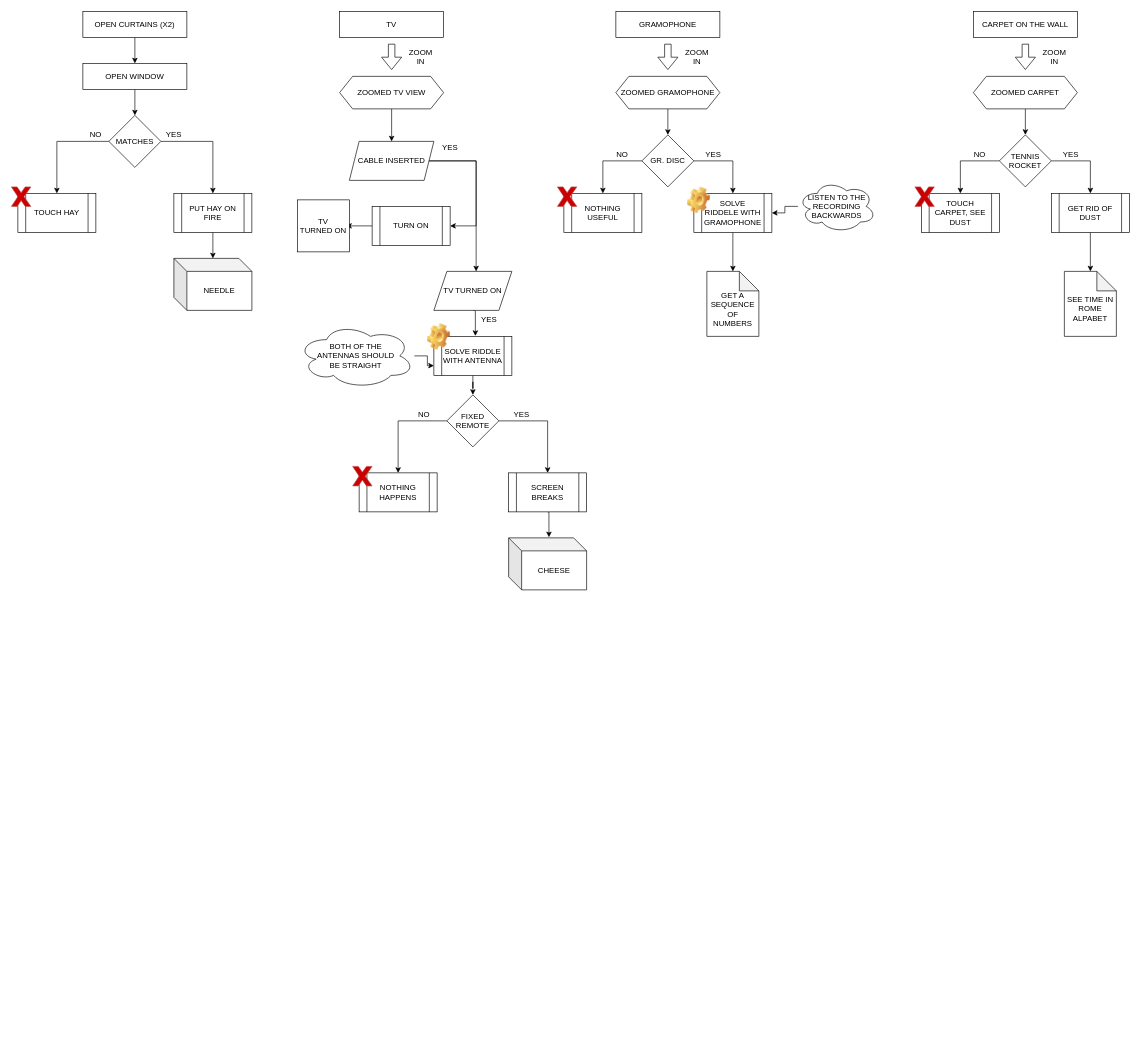
maksimillian/c-unix keeps this draw.io diagram as hello/GamesProductionDiagram.drawio. Above is the earlier version. Source tidied: cells renumbered, new cells numbered last; positions are measured from the earlier drawing's top-left corner, leaving out a move shared by most shapes. Both pictures are drawn from the tidied source at 65%, with x=0, y=0 at pixel (11, 11).
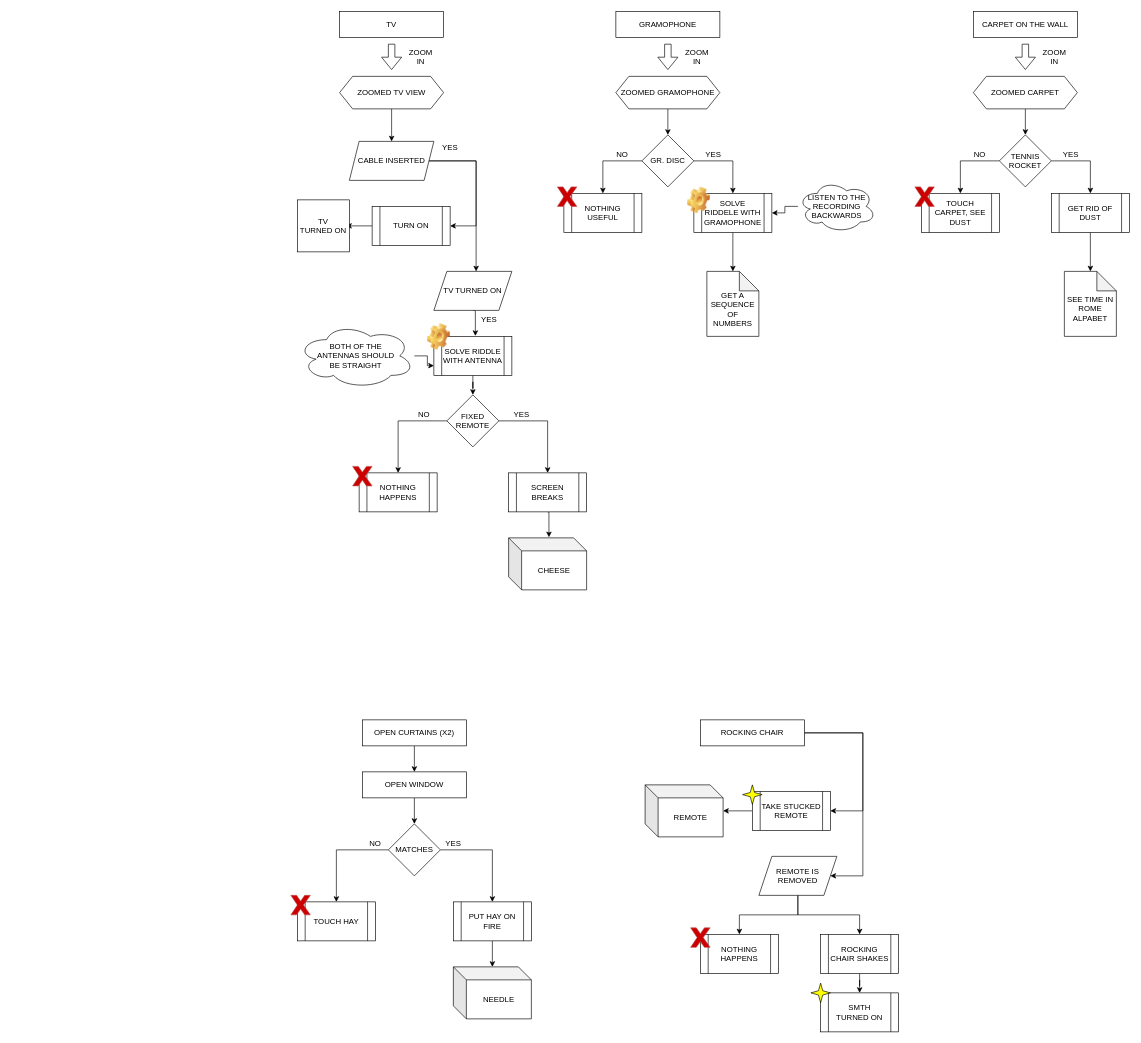
The same page after the edit.

What changed in the source:
```diff
@@
     <mxCell id="3" value="OPEN CURTAINS (X2)" style="rounded=0;whiteSpace=wrap;html=1;" parent="1" vertex="1">
-      <mxGeometry x="110" width="160" height="40" as="geometry" />
+      <mxGeometry x="540" y="1090" width="160" height="40" as="geometry" />
     </mxCell>
@@
     <mxCell id="5" value="OPEN WINDOW" style="rounded=0;whiteSpace=wrap;html=1;" parent="1" vertex="1">
-      <mxGeometry x="110" y="80" width="160" height="40" as="geometry" />
+      <mxGeometry x="540" y="1170" width="160" height="40" as="geometry" />
     </mxCell>
     <mxCell id="6" style="edgeStyle=orthogonalEdgeStyle;rounded=0;jettySize=auto;html=1;" parent="1" edge="1" source="8">
       <mxGeometry relative="1" as="geometry">
-        <mxPoint x="310" y="280" as="targetPoint" />
+        <mxPoint x="740" y="1370" as="targetPoint" />
         <Array as="points">
-          <mxPoint x="310" y="200" />
+          <mxPoint x="740" y="1290" />
         </Array>
       </mxGeometry>
     </mxCell>
     <mxCell id="7" style="edgeStyle=orthogonalEdgeStyle;rounded=0;jettySize=auto;html=1;exitX=0;exitY=0.5;exitDx=0;exitDy=0;entryX=0.5;entryY=0;entryDx=0;entryDy=0;" parent="1" edge="1" source="8" target="20">
       <mxGeometry relative="1" as="geometry">
         <Array as="points">
-          <mxPoint x="70" y="200" />
+          <mxPoint x="500" y="1290" />
         </Array>
       </mxGeometry>
     </mxCell>
     <mxCell id="8" value="MATCHES" style="rhombus;whiteSpace=wrap;html=1;" parent="1" vertex="1">
-      <mxGeometry x="150" y="160" width="80" height="80" as="geometry" />
+      <mxGeometry x="580" y="1250" width="80" height="80" as="geometry" />
     </mxCell>
     <mxCell id="9" style="edgeStyle=orthogonalEdgeStyle;rounded=0;jettySize=auto;html=1;" parent="1" edge="1" source="10">
       <mxGeometry relative="1" as="geometry">
-        <mxPoint x="310" y="380" as="targetPoint" />
+        <mxPoint x="740" y="1470" as="targetPoint" />
         <Array as="points">
-          <mxPoint x="310" y="370" />
-          <mxPoint x="310" y="370" />
+          <mxPoint x="740" y="1460" />
+          <mxPoint x="740" y="1460" />
         </Array>
       </mxGeometry>
     </mxCell>
     <mxCell id="10" value="PUT HAY ON FIRE" style="shape=process;whiteSpace=wrap;html=1;backgroundOutline=1;" parent="1" vertex="1">
-      <mxGeometry x="250" y="280" width="120" height="60" as="geometry" />
+      <mxGeometry x="680" y="1370" width="120" height="60" as="geometry" />
     </mxCell>
     <mxCell id="11" value="YES" style="text;html=1;strokeColor=none;fillColor=none;align=center;verticalAlign=middle;whiteSpace=wrap;rounded=0;" parent="1" vertex="1">
-      <mxGeometry x="230" y="180" width="40" height="20" as="geometry" />
+      <mxGeometry x="660" y="1270" width="40" height="20" as="geometry" />
     </mxCell>
     <mxCell id="12" value="NO" style="text;html=1;strokeColor=none;fillColor=none;align=center;verticalAlign=middle;whiteSpace=wrap;rounded=0;" parent="1" vertex="1">
-      <mxGeometry x="110" y="180" width="40" height="20" as="geometry" />
+      <mxGeometry x="540" y="1270" width="40" height="20" as="geometry" />
     </mxCell>
     <mxCell id="13" value="NEEDLE" style="shape=cube;whiteSpace=wrap;html=1;boundedLbl=1;backgroundOutline=1;darkOpacity=0.05;darkOpacity2=0.1;" parent="1" vertex="1">
-      <mxGeometry x="250" y="380" width="120" height="80" as="geometry" />
+      <mxGeometry x="680" y="1470" width="120" height="80" as="geometry" />
     </mxCell>
@@
     <mxCell id="20" value="&lt;span&gt;TOUCH HAY&lt;/span&gt;" style="shape=process;whiteSpace=wrap;html=1;backgroundOutline=1;" parent="1" vertex="1">
-      <mxGeometry x="10" y="280" width="120" height="60" as="geometry" />
+      <mxGeometry x="440" y="1370" width="120" height="60" as="geometry" />
     </mxCell>
@@
     <mxCell id="61" style="verticalLabelPosition=bottom;verticalAlign=top;html=1;shape=mxgraph.basic.x;labelBorderColor=none;labelBackgroundColor=none;strokeColor=#b85450;fillColor=#CC0000;" parent="1" vertex="1">
-      <mxGeometry y="270" width="30" height="30" as="geometry" />
+      <mxGeometry x="430" y="1360" width="30" height="30" as="geometry" />
     </mxCell>
@@
+    <mxCell id="82" style="edgeStyle=orthogonalEdgeStyle;rounded=0;jettySize=auto;html=1;entryX=1;entryY=0.5;entryDx=0;entryDy=0;" parent="1" edge="1" source="84" target="86">
+      <mxGeometry relative="1" as="geometry">
+        <Array as="points">
+          <mxPoint x="1310" y="1110" />
+          <mxPoint x="1310" y="1230" />
+        </Array>
+      </mxGeometry>
+    </mxCell>
+    <mxCell id="83" style="edgeStyle=orthogonalEdgeStyle;rounded=0;jettySize=auto;html=1;" parent="1" edge="1" source="84" target="89">
+      <mxGeometry relative="1" as="geometry">
+        <Array as="points">
+          <mxPoint x="1310" y="1110" />
+          <mxPoint x="1310" y="1330" />
+        </Array>
+      </mxGeometry>
+    </mxCell>
+    <mxCell id="84" value="ROCKING CHAIR" style="rounded=0;whiteSpace=wrap;html=1;" parent="1" vertex="1">
+      <mxGeometry x="1060" y="1090" width="160" height="40" as="geometry" />
+    </mxCell>
+    <mxCell id="85" style="edgeStyle=orthogonalEdgeStyle;rounded=0;jettySize=auto;html=1;exitX=0;exitY=0.5;exitDx=0;exitDy=0;" parent="1" edge="1" source="86" target="90">
+      <mxGeometry relative="1" as="geometry" />
+    </mxCell>
+    <mxCell id="86" value="TAKE STUCKED REMOTE" style="shape=process;whiteSpace=wrap;html=1;backgroundOutline=1;" parent="1" vertex="1">
+      <mxGeometry x="1140" y="1200" width="120" height="60" as="geometry" />
+    </mxCell>
+    <mxCell id="87" style="edgeStyle=orthogonalEdgeStyle;rounded=0;jettySize=auto;html=1;exitX=0.5;exitY=1;exitDx=0;exitDy=0;" parent="1" edge="1" source="89" target="91">
+      <mxGeometry relative="1" as="geometry" />
+    </mxCell>
+    <mxCell id="88" style="edgeStyle=orthogonalEdgeStyle;rounded=0;jettySize=auto;html=1;" parent="1" edge="1" source="89" target="93">
+      <mxGeometry relative="1" as="geometry" />
+    </mxCell>
+    <mxCell id="89" value="REMOTE IS REMOVED" style="shape=parallelogram;perimeter=parallelogramPerimeter;whiteSpace=wrap;html=1;fixedSize=1;" parent="1" vertex="1">
+      <mxGeometry x="1150" y="1300" width="120" height="60" as="geometry" />
+    </mxCell>
+    <mxCell id="90" value="REMOTE" style="shape=cube;whiteSpace=wrap;html=1;boundedLbl=1;backgroundOutline=1;darkOpacity=0.05;darkOpacity2=0.1;" parent="1" vertex="1">
+      <mxGeometry x="975" y="1190" width="120" height="80" as="geometry" />
+    </mxCell>
+    <mxCell id="91" value="NOTHING HAPPENS" style="shape=process;whiteSpace=wrap;html=1;backgroundOutline=1;" parent="1" vertex="1">
+      <mxGeometry x="1060" y="1420" width="120" height="60" as="geometry" />
+    </mxCell>
+    <mxCell id="92" style="edgeStyle=orthogonalEdgeStyle;rounded=0;jettySize=auto;html=1;" parent="1" edge="1" source="93" target="94">
+      <mxGeometry relative="1" as="geometry" />
+    </mxCell>
+    <mxCell id="93" value="ROCKING CHAIR SHAKES" style="shape=process;whiteSpace=wrap;html=1;backgroundOutline=1;" parent="1" vertex="1">
+      <mxGeometry x="1245" y="1420" width="120" height="60" as="geometry" />
+    </mxCell>
+    <mxCell id="94" value="SMTH&lt;br&gt;TURNED ON" style="shape=process;whiteSpace=wrap;html=1;backgroundOutline=1;" parent="1" vertex="1">
+      <mxGeometry x="1245" y="1510" width="120" height="60" as="geometry" />
+    </mxCell>
+    <mxCell id="95" style="verticalLabelPosition=bottom;verticalAlign=top;html=1;shape=mxgraph.basic.x;labelBorderColor=none;labelBackgroundColor=none;strokeColor=#b85450;fillColor=#CC0000;" parent="1" vertex="1">
+      <mxGeometry x="1045" y="1410" width="30" height="30" as="geometry" />
+    </mxCell>
+    <mxCell id="96" style="verticalLabelPosition=bottom;verticalAlign=top;html=1;shape=mxgraph.basic.4_point_star_2;dx=0.78;fillColor=#FFFF00;" parent="1" vertex="1">
+      <mxGeometry x="1230" y="1495" width="30" height="30" as="geometry" />
+    </mxCell>
+    <mxCell id="97" style="verticalLabelPosition=bottom;verticalAlign=top;html=1;shape=mxgraph.basic.4_point_star_2;dx=0.78;fillColor=#FFFF00;" parent="1" vertex="1">
+      <mxGeometry x="1125" y="1190" width="30" height="30" as="geometry" />
+    </mxCell>
```
